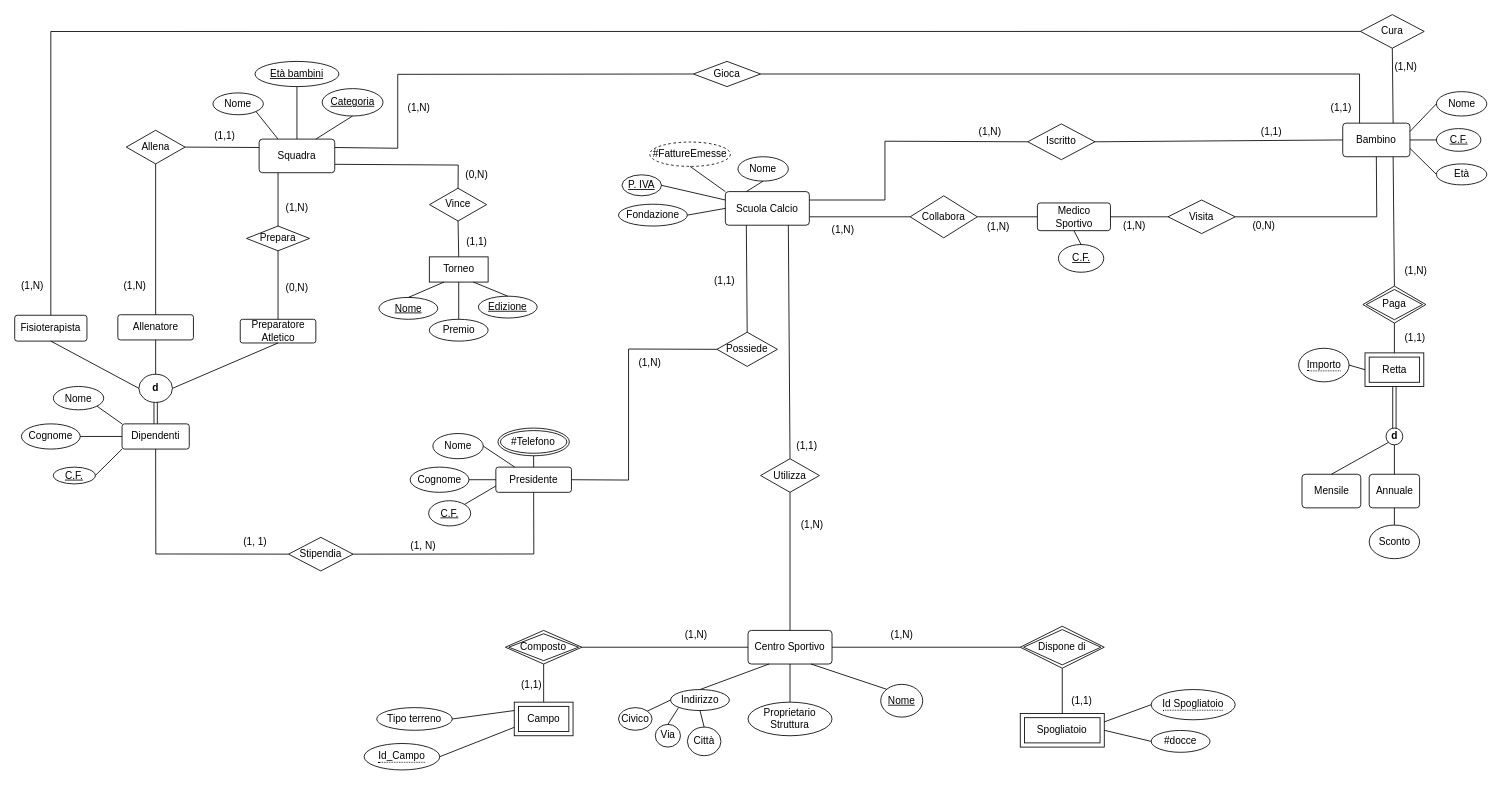
The draw.io diagram modelli/EER.drawio in YantCaccia/Progetto-Basi-di-Dati, before the edit. Source tidied: cells renumbered, new cells numbered last; positions are measured from the earlier drawing's top-left corner, leaving out a move shared by most shapes. Both pictures are drawn from the tidied source at 84%, with x=0, y=0 at pixel (14, 14).
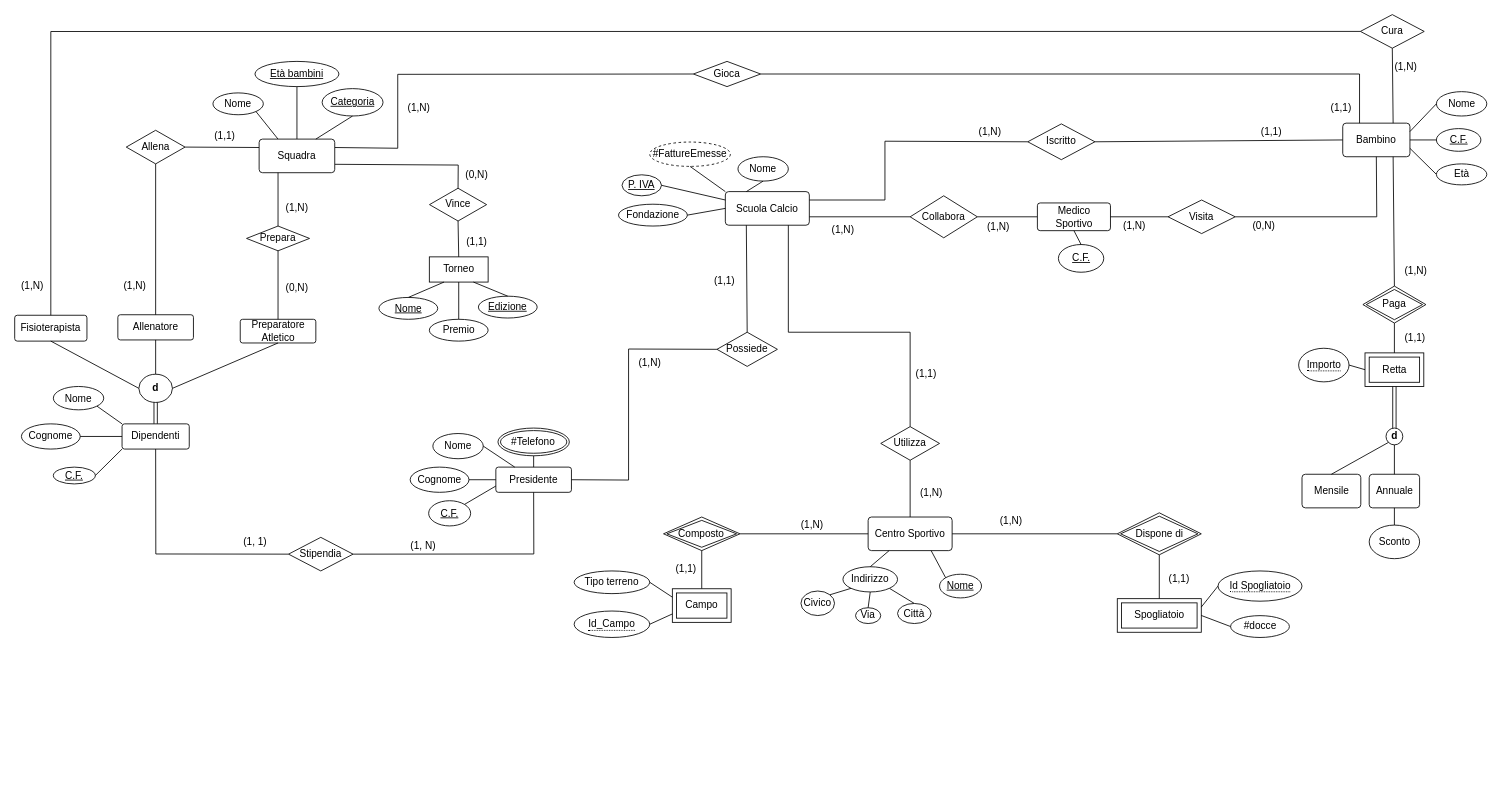
The same diagram, later.

The change refers to these unchanged cells:
```xml
<mxCell id="2" value="Scuola Calcio" style="rounded=1;arcSize=10;whiteSpace=wrap;html=1;align=center;" parent="1" vertex="1">
  <mxGeometry x="846" y="210.6" width="100" height="40" as="geometry" />
</mxCell>
```

What changed in the source:
```diff
@@
     <mxCell id="24" value="Utilizza" style="shape=rhombus;perimeter=rhombusPerimeter;whiteSpace=wrap;html=1;align=center;" parent="1" vertex="1">
-      <mxGeometry x="888" y="528.6" width="70" height="40" as="geometry" />
+      <mxGeometry x="1031" y="490.4" width="70" height="40" as="geometry" />
     </mxCell>
     <mxCell id="25" style="endArrow=none;html=1;rounded=0;entryX=0.5;entryY=0;entryDx=0;entryDy=0;exitX=0.75;exitY=1;exitDx=0;exitDy=0;" parent="1" edge="1" source="2" target="24">
-      <mxGeometry relative="1" as="geometry" />
+      <mxGeometry relative="1" as="geometry">
+        <Array as="points">
+          <mxPoint x="921" y="378" />
+          <mxPoint x="1066" y="378" />
+        </Array>
+      </mxGeometry>
     </mxCell>
     <mxCell id="26" value="Centro Sportivo" style="rounded=1;arcSize=10;whiteSpace=wrap;html=1;align=center;" parent="1" vertex="1">
-      <mxGeometry x="873" y="733" width="100" height="40" as="geometry" />
+      <mxGeometry x="1016" y="598" width="100" height="40" as="geometry" />
     </mxCell>
     <mxCell id="27" value="Dispone di" style="shape=rhombus;double=1;perimeter=rhombusPerimeter;whiteSpace=wrap;html=1;align=center;" parent="1" vertex="1">
-      <mxGeometry x="1197.1" y="728" width="100" height="50" as="geometry" />
+      <mxGeometry x="1312.6" y="593" width="100" height="50" as="geometry" />
     </mxCell>
     <mxCell id="28" value="Spogliatoio" style="shape=ext;margin=3;double=1;whiteSpace=wrap;html=1;align=center;" parent="1" vertex="1">
-      <mxGeometry x="1197.1" y="831.9" width="100" height="40" as="geometry" />
+      <mxGeometry x="1312.6" y="695.2" width="100" height="40" as="geometry" />
     </mxCell>
     <mxCell id="29" value="#docce" style="ellipse;whiteSpace=wrap;html=1;align=center;" parent="1" vertex="1">
-      <mxGeometry x="1353" y="852.1" width="70" height="26" as="geometry" />
+      <mxGeometry x="1447.5" y="715.4" width="70" height="26" as="geometry" />
     </mxCell>
@@
     <mxCell id="34" value="&lt;span style=&quot;border-bottom: 1px dotted&quot;&gt;Id Spogliatoio&lt;br&gt;&lt;/span&gt;" style="ellipse;whiteSpace=wrap;html=1;align=center;" parent="1" vertex="1">
-      <mxGeometry x="1353" y="803.4" width="100" height="36" as="geometry" />
+      <mxGeometry x="1432.5" y="662.2" width="100" height="36" as="geometry" />
     </mxCell>
-    <mxCell id="35" style="endArrow=none;html=1;rounded=0;exitX=0.25;exitY=1;exitDx=0;exitDy=0;entryX=0.5;entryY=0;entryDx=0;entryDy=0;" parent="1" edge="1" source="26" target="36">
-      <mxGeometry relative="1" as="geometry" />
-    </mxCell>
-    <mxCell id="36" value="Indirizzo" style="ellipse;whiteSpace=wrap;html=1;align=center;" parent="1" vertex="1">
-      <mxGeometry x="780.8" y="803.4" width="70" height="25" as="geometry" />
-    </mxCell>
     <mxCell id="37" value="&lt;u&gt;Nome&lt;/u&gt;" style="ellipse;whiteSpace=wrap;html=1;align=center;direction=east;" parent="1" vertex="1">
-      <mxGeometry x="1031" y="797.2" width="50" height="39" as="geometry" />
+      <mxGeometry x="1101" y="666.1" width="50" height="28.2" as="geometry" />
     </mxCell>
@@
-    <mxCell id="39" style="endArrow=none;html=1;rounded=0;exitX=0.5;exitY=1;exitDx=0;exitDy=0;entryX=0;entryY=0.5;entryDx=0;entryDy=0;" parent="1" edge="1" source="36" target="40">
+    <mxCell id="39" style="endArrow=none;html=1;rounded=0;exitX=1;exitY=1;exitDx=0;exitDy=0;entryX=0;entryY=0.5;entryDx=0;entryDy=0;" parent="1" edge="1" source="36" target="40">
       <mxGeometry relative="1" as="geometry" />
     </mxCell>
     <mxCell id="40" value="Città" style="ellipse;whiteSpace=wrap;html=1;align=center;direction=south;" parent="1" vertex="1">
-      <mxGeometry x="800.8" y="848.1" width="40" height="34" as="geometry" />
+      <mxGeometry x="1051" y="700.9" width="40" height="23.9" as="geometry" />
     </mxCell>
     <mxCell id="41" value="Via" style="ellipse;whiteSpace=wrap;html=1;align=center;" parent="1" vertex="1">
-      <mxGeometry x="762.6" y="844.9" width="30" height="27" as="geometry" />
+      <mxGeometry x="1001" y="706" width="30" height="18.8" as="geometry" />
     </mxCell>
     <mxCell id="42" value="&lt;div&gt;Civico&lt;/div&gt;" style="ellipse;whiteSpace=wrap;html=1;align=center;" parent="1" vertex="1">
-      <mxGeometry x="718.8" y="824.9" width="40" height="27" as="geometry" />
+      <mxGeometry x="936" y="686.1" width="40" height="29.2" as="geometry" />
     </mxCell>
-    <mxCell id="43" style="endArrow=none;html=1;rounded=0;exitX=0;exitY=1;exitDx=0;exitDy=0;entryX=0.5;entryY=0;entryDx=0;entryDy=0;" parent="1" edge="1" source="36" target="41">
+    <mxCell id="43" style="endArrow=none;html=1;rounded=0;entryX=0.5;entryY=0;entryDx=0;entryDy=0;exitX=0.5;exitY=1;exitDx=0;exitDy=0;" parent="1" edge="1" source="36" target="41">
       <mxGeometry relative="1" as="geometry" />
     </mxCell>
-    <mxCell id="44" style="endArrow=none;html=1;rounded=0;exitX=0;exitY=0.5;exitDx=0;exitDy=0;entryX=1;entryY=0;entryDx=0;entryDy=0;" parent="1" edge="1" source="36" target="42">
+    <mxCell id="44" style="endArrow=none;html=1;rounded=0;entryX=1;entryY=0;entryDx=0;entryDy=0;exitX=0;exitY=1;exitDx=0;exitDy=0;" parent="1" edge="1" source="36" target="42">
       <mxGeometry relative="1" as="geometry" />
     </mxCell>
     <mxCell id="45" value="Composto" style="shape=rhombus;double=1;perimeter=rhombusPerimeter;whiteSpace=wrap;html=1;align=center;" parent="1" vertex="1">
-      <mxGeometry x="584.2" y="733" width="91" height="40" as="geometry" />
+      <mxGeometry x="772.4" y="598" width="91" height="40" as="geometry" />
     </mxCell>
@@
     <mxCell id="47" value="Campo" style="shape=ext;margin=3;double=1;whiteSpace=wrap;html=1;align=center;" parent="1" vertex="1">
-      <mxGeometry x="594.7" y="818.4" width="70" height="40" as="geometry" />
+      <mxGeometry x="782.9" y="683.4" width="70" height="40" as="geometry" />
     </mxCell>
@@
     <mxCell id="83" value="(1,1)" style="text;html=1;" parent="1" vertex="1">
-      <mxGeometry x="928.5" y="498.6" width="30" height="23.5" as="geometry" />
+      <mxGeometry x="1071" y="413.6" width="30" height="23.5" as="geometry" />
     </mxCell>
     <mxCell id="84" value="&lt;font style=&quot;font-size: 12px&quot;&gt;(1,1)&lt;/font&gt;" style="text;html=1;align=center;verticalAlign=middle;" parent="1" vertex="1">
-      <mxGeometry x="594.7" y="788.4" width="40" height="20" as="geometry" />
+      <mxGeometry x="778.8" y="649.9" width="40" height="20" as="geometry" />
     </mxCell>
     <mxCell id="85" value="&lt;font style=&quot;font-size: 12px&quot;&gt;(1,N)&lt;/font&gt;" style="text;html=1;align=center;verticalAlign=middle;" parent="1" vertex="1">
-      <mxGeometry x="791" y="728" width="40" height="20" as="geometry" />
+      <mxGeometry x="1071" y="558.6" width="40" height="20" as="geometry" />
     </mxCell>
     <mxCell id="86" value="&lt;font style=&quot;font-size: 12px&quot;&gt;(1,N)&lt;/font&gt;" style="text;html=1;align=center;verticalAlign=middle;" parent="1" vertex="1">
-      <mxGeometry x="1036" y="728" width="40" height="20" as="geometry" />
+      <mxGeometry x="1166" y="593" width="40" height="20" as="geometry" />
     </mxCell>
@@
     <mxCell id="88" value="&lt;font style=&quot;font-size: 12px&quot;&gt;(1,1)&lt;/font&gt;" style="text;html=1;align=center;verticalAlign=middle;" parent="1" vertex="1">
-      <mxGeometry x="1249.5" y="806.8" width="40" height="20" as="geometry" />
+      <mxGeometry x="1366" y="662.2" width="40" height="20" as="geometry" />
     </mxCell>
@@
     <mxCell id="134" value="Tipo terreno" style="ellipse;whiteSpace=wrap;html=1;align=center;" parent="1" vertex="1">
-      <mxGeometry x="431" y="824.9" width="90" height="27" as="geometry" />
+      <mxGeometry x="666" y="662.2" width="90" height="27" as="geometry" />
     </mxCell>
@@
     <mxCell id="136" value="&lt;span style=&quot;border-bottom: 1px dotted&quot;&gt;Id_Campo&lt;/span&gt;" style="ellipse;whiteSpace=wrap;html=1;align=center;" parent="1" vertex="1">
-      <mxGeometry x="416" y="867.6" width="90" height="31.5" as="geometry" />
+      <mxGeometry x="666" y="709.9" width="90" height="31.5" as="geometry" />
     </mxCell>
@@
-    <mxCell id="163" value="Proprietario Struttura" style="ellipse;whiteSpace=wrap;html=1;align=center;" parent="1" vertex="1">
-      <mxGeometry x="873" y="818.4" width="100" height="40" as="geometry" />
-    </mxCell>
-    <mxCell id="164" style="endArrow=none;html=1;rounded=0;exitX=0.5;exitY=1;exitDx=0;exitDy=0;entryX=0.5;entryY=0;entryDx=0;entryDy=0;" parent="1" edge="1" source="26" target="163">
-      <mxGeometry relative="1" as="geometry" />
-    </mxCell>
+    <mxCell id="36" value="Indirizzo" style="ellipse;whiteSpace=wrap;html=1;align=center;" parent="1" vertex="1">
+      <mxGeometry x="986" y="657.2" width="65" height="30" as="geometry" />
+    </mxCell>
+    <mxCell id="35" style="endArrow=none;html=1;rounded=0;entryX=0.5;entryY=0;entryDx=0;entryDy=0;exitX=0.25;exitY=1;exitDx=0;exitDy=0;" parent="1" edge="1" source="26" target="36">
+      <mxGeometry relative="1" as="geometry" />
+    </mxCell>
```
